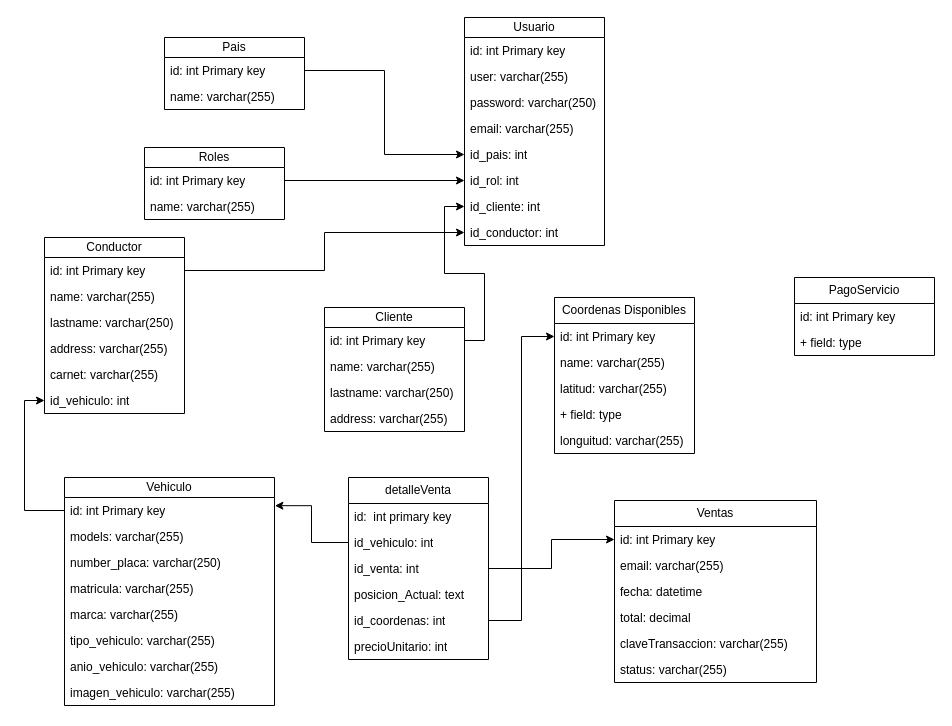
Earlier version of the draw.io diagram clases.drawio (castro2001/Api_php). Source tidied: cells renumbered, new cells numbered last; positions are measured from the earlier drawing's top-left corner, leaving out a move shared by most shapes. Both pictures are drawn from the tidied source at 100%, with x=0, y=0 at pixel (44, 17).
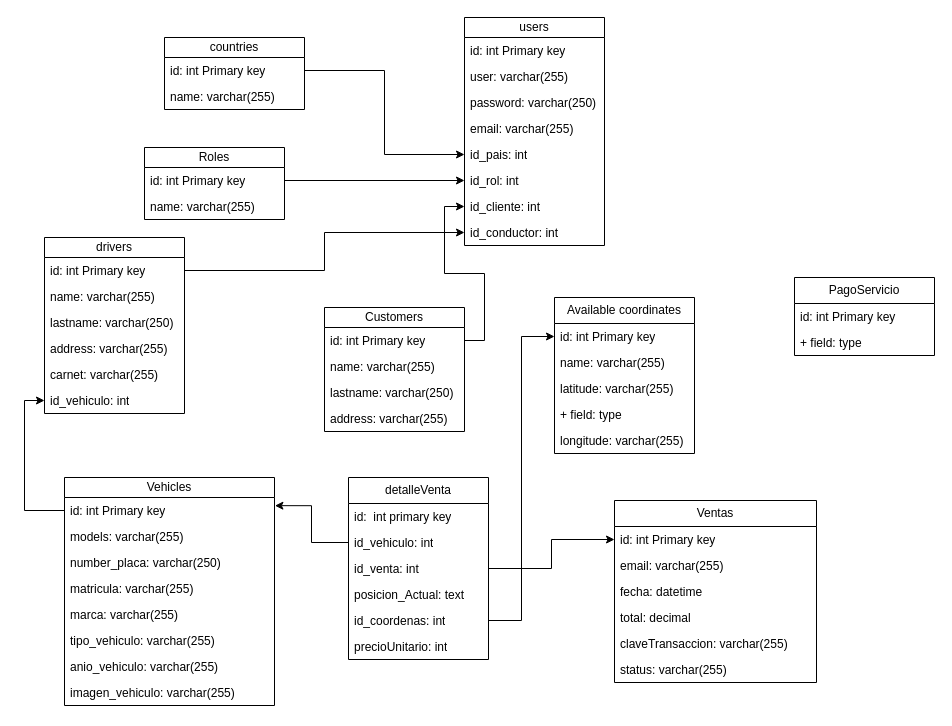
Above is the later version.

What changed in the source:
```diff
@@
-    <mxCell id="2" value="Usuario" style="swimlane;fontStyle=0;horizontal=1;startSize=20;fillColor=none;whiteSpace=wrap;html=1;" parent="1" vertex="1">
+    <mxCell id="2" value="users" style="swimlane;fontStyle=0;horizontal=1;startSize=20;fillColor=none;whiteSpace=wrap;html=1;" parent="1" vertex="1">
       <mxGeometry x="420" width="140" height="228" as="geometry" />
     </mxCell>
@@
-    <mxCell id="11" value="Conductor" style="swimlane;fontStyle=0;horizontal=1;startSize=20;fillColor=none;whiteSpace=wrap;html=1;" parent="1" vertex="1">
+    <mxCell id="11" value="drivers" style="swimlane;fontStyle=0;horizontal=1;startSize=20;fillColor=none;whiteSpace=wrap;html=1;" parent="1" vertex="1">
       <mxGeometry y="220" width="140" height="176" as="geometry" />
     </mxCell>
@@
-    <mxCell id="18" value="Cliente" style="swimlane;fontStyle=0;horizontal=1;startSize=20;fillColor=none;whiteSpace=wrap;html=1;" parent="1" vertex="1">
+    <mxCell id="18" value="Customers" style="swimlane;fontStyle=0;horizontal=1;startSize=20;fillColor=none;whiteSpace=wrap;html=1;" parent="1" vertex="1">
       <mxGeometry x="280" y="290" width="140" height="124" as="geometry" />
     </mxCell>
@@
-    <mxCell id="26" value="Pais" style="swimlane;fontStyle=0;horizontal=1;startSize=20;fillColor=none;whiteSpace=wrap;html=1;" parent="1" vertex="1">
+    <mxCell id="26" value="countries" style="swimlane;fontStyle=0;horizontal=1;startSize=20;fillColor=none;whiteSpace=wrap;html=1;" parent="1" vertex="1">
       <mxGeometry x="120" y="20" width="140" height="72" as="geometry" />
     </mxCell>
@@
-    <mxCell id="33" value="Vehiculo" style="swimlane;fontStyle=0;horizontal=1;startSize=20;fillColor=none;whiteSpace=wrap;html=1;" parent="1" vertex="1">
+    <mxCell id="33" value="Vehicles" style="swimlane;fontStyle=0;horizontal=1;startSize=20;fillColor=none;whiteSpace=wrap;html=1;" parent="1" vertex="1">
       <mxGeometry x="20" y="460" width="210" height="228" as="geometry" />
     </mxCell>
@@
-    <mxCell id="43" value="Coordenas Disponibles" style="swimlane;fontStyle=0;horizontal=1;startSize=26;fillColor=none;whiteSpace=wrap;html=1;" parent="1" vertex="1">
+    <mxCell id="43" value="Available coordinates" style="swimlane;fontStyle=0;horizontal=1;startSize=26;fillColor=none;whiteSpace=wrap;html=1;" parent="1" vertex="1">
       <mxGeometry x="510" y="280" width="140" height="156" as="geometry" />
     </mxCell>
@@
-    <mxCell id="46" value="latitud: varchar(255)" style="text;strokeColor=none;fillColor=none;align=left;verticalAlign=top;spacingLeft=4;spacingRight=4;overflow=hidden;whiteSpace=wrap;html=1;" parent="43" vertex="1">
+    <mxCell id="46" value="latitude: varchar(255)" style="text;strokeColor=none;fillColor=none;align=left;verticalAlign=top;spacingLeft=4;spacingRight=4;overflow=hidden;whiteSpace=wrap;html=1;" parent="43" vertex="1">
       <mxGeometry y="78" width="140" height="26" as="geometry" />
     </mxCell>
@@
-    <mxCell id="48" value="longuitud: varchar(255)" style="text;strokeColor=none;fillColor=none;align=left;verticalAlign=top;spacingLeft=4;spacingRight=4;overflow=hidden;whiteSpace=wrap;html=1;" parent="43" vertex="1">
+    <mxCell id="48" value="longitude: varchar(255)" style="text;strokeColor=none;fillColor=none;align=left;verticalAlign=top;spacingLeft=4;spacingRight=4;overflow=hidden;whiteSpace=wrap;html=1;" parent="43" vertex="1">
       <mxGeometry y="130" width="140" height="26" as="geometry" />
     </mxCell>
```
